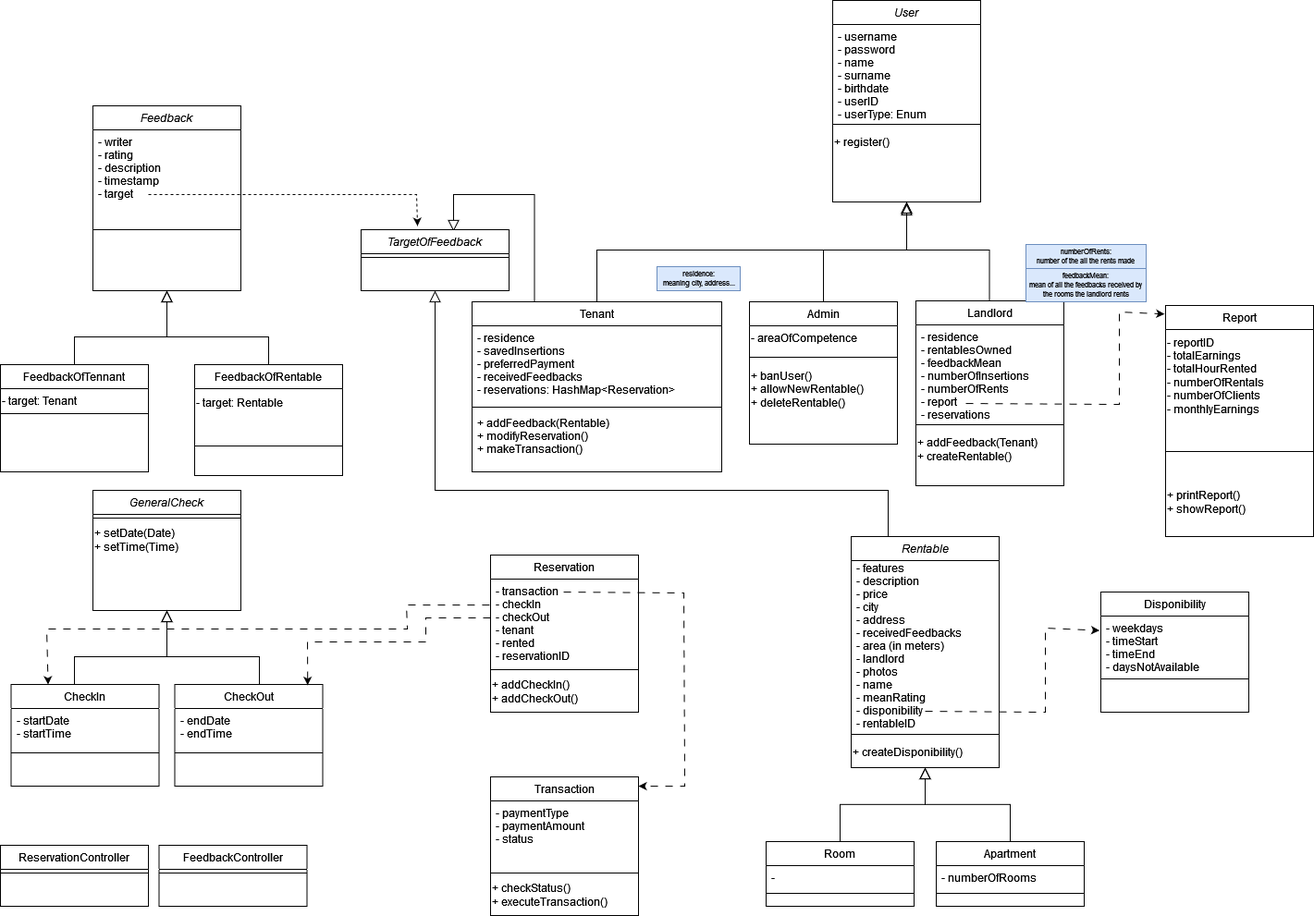
Above: docs/class_diagram.drawio.png in dnbias/hroom (draw.io), before the change. Source tidied: cells renumbered, new cells last; positions are measured from the earlier drawing's top-left corner, leaving out a move shared by most shapes.
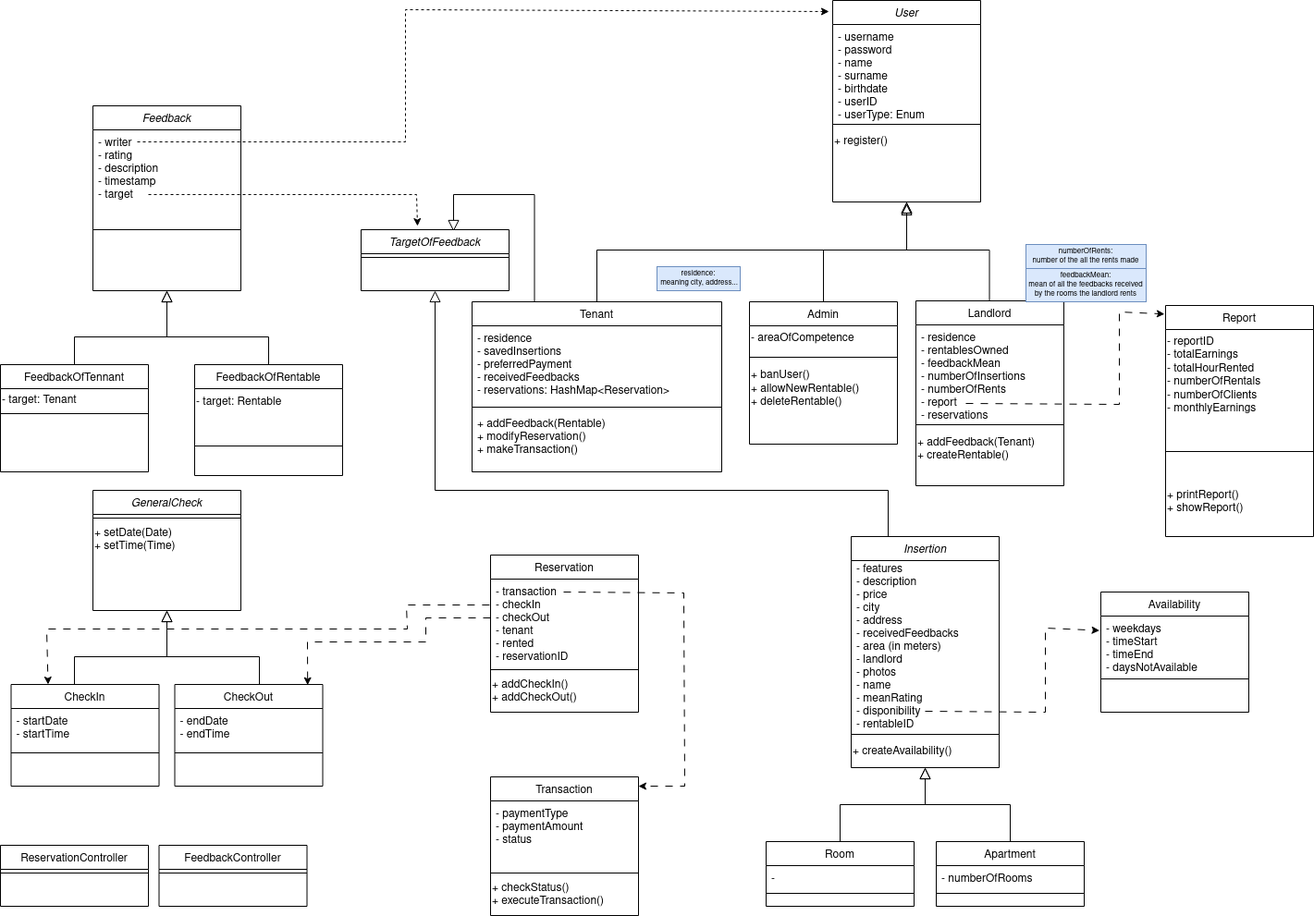
Above is the later version.

The edit, as a diff of the source:
```diff
@@ -72,7 +72,7 @@
     <mxCell id="21" value="&lt;div&gt;+ printReport()&lt;/div&gt;&lt;div&gt;+ showReport()&lt;/div&gt;&lt;div&gt;&lt;br&gt;&lt;/div&gt;" style="text;html=1;align=left;verticalAlign=middle;strokeColor=none;fillColor=none;" parent="18" vertex="1">
       <mxGeometry y="190" width="160" height="60" as="geometry" />
     </mxCell>
-    <mxCell id="22" value="Rentable" style="swimlane;fontStyle=2;align=center;verticalAlign=top;horizontal=1;startSize=26;rounded=0;shadow=0;strokeWidth=1;" parent="1" vertex="1">
+    <mxCell id="22" value="Insertion" style="swimlane;fontStyle=2;align=center;verticalAlign=top;horizontal=1;startSize=26;rounded=0;shadow=0;strokeWidth=1;" parent="1" vertex="1">
       <mxGeometry x="920" y="580" width="160" height="250" as="geometry" />
     </mxCell>
     <mxCell id="23" value="- features&#10;- description&#10;- price&#10;- city&#10;- address&#10;- receivedFeedbacks&#10;- area (in meters)&#10;- landlord&#10;- photos&#10;- name&#10;- meanRating&#10;- disponibility&#10;- rentableID&#10;&#10;&#10;&#10;&#10;&#10;&#10;" style="text;align=left;verticalAlign=middle;spacingLeft=4;spacingRight=4;overflow=hidden;labelPosition=center;verticalLabelPosition=middle;" parent="22" vertex="1">
@@ -81,7 +81,7 @@
     <mxCell id="24" style="line;html=1;strokeWidth=1;align=left;verticalAlign=middle;spacingTop=-1;spacingLeft=3;spacingRight=3;labelPosition=right;" parent="22" vertex="1">
       <mxGeometry y="210" width="160" height="8" as="geometry" />
     </mxCell>
-    <mxCell id="25" value="+ createDisponibility()" style="text;html=1;align=left;verticalAlign=middle;strokeColor=none;fillColor=none;" parent="22" vertex="1">
+    <mxCell id="25" value="&lt;div&gt;+ createAvailability()&lt;/div&gt;" style="text;html=1;align=left;verticalAlign=middle;strokeColor=none;fillColor=none;" parent="22" vertex="1">
       <mxGeometry y="218" width="160" height="30" as="geometry" />
     </mxCell>
     <mxCell id="26" value="Room" style="swimlane;fontStyle=0;align=center;verticalAlign=top;horizontal=1;startSize=26;rounded=0;shadow=0;strokeWidth=1;" parent="1" vertex="1">
@@ -232,7 +232,7 @@
         </Array>
       </mxGeometry>
     </mxCell>
-    <mxCell id="62" value="Disponibility" style="swimlane;fontStyle=0;align=center;verticalAlign=top;horizontal=1;startSize=26;rounded=0;shadow=0;strokeWidth=1;" parent="1" vertex="1">
+    <mxCell id="62" value="Availability" style="swimlane;fontStyle=0;align=center;verticalAlign=top;horizontal=1;startSize=26;rounded=0;shadow=0;strokeWidth=1;" parent="1" vertex="1">
       <mxGeometry x="1190" y="640" width="160" height="130" as="geometry" />
     </mxCell>
     <mxCell id="63" value="- weekdays&#10;- timeStart&#10;- timeEnd&#10;- daysNotAvailable&#10;&#10;&#10;" style="text;align=left;verticalAlign=top;spacingLeft=4;spacingRight=4;overflow=hidden;points=[[0,0.5],[1,0.5]];portConstraint=eastwest;" parent="62" vertex="1">
@@ -347,5 +347,14 @@
     <mxCell id="87" value="- target: Tenant" style="text;html=1;align=left;verticalAlign=middle;strokeColor=none;fillColor=none;" parent="1" vertex="1">
       <mxGeometry y="418" width="100" height="30" as="geometry" />
     </mxCell>
+    <mxCell id="88" style="endArrow=classic;html=1;rounded=0;dashed=1;entryX=-0.025;entryY=0.055;entryDx=0;entryDy=0;entryPerimeter=0;" parent="1" edge="1" target="2">
+      <mxGeometry relative="1" as="geometry">
+        <mxPoint x="148" y="153" as="sourcePoint" />
+        <Array as="points">
+          <mxPoint x="438" y="153" />
+          <mxPoint x="438" y="10" />
+        </Array>
+      </mxGeometry>
+    </mxCell>
   </root>
 </mxGraphModel>
```
